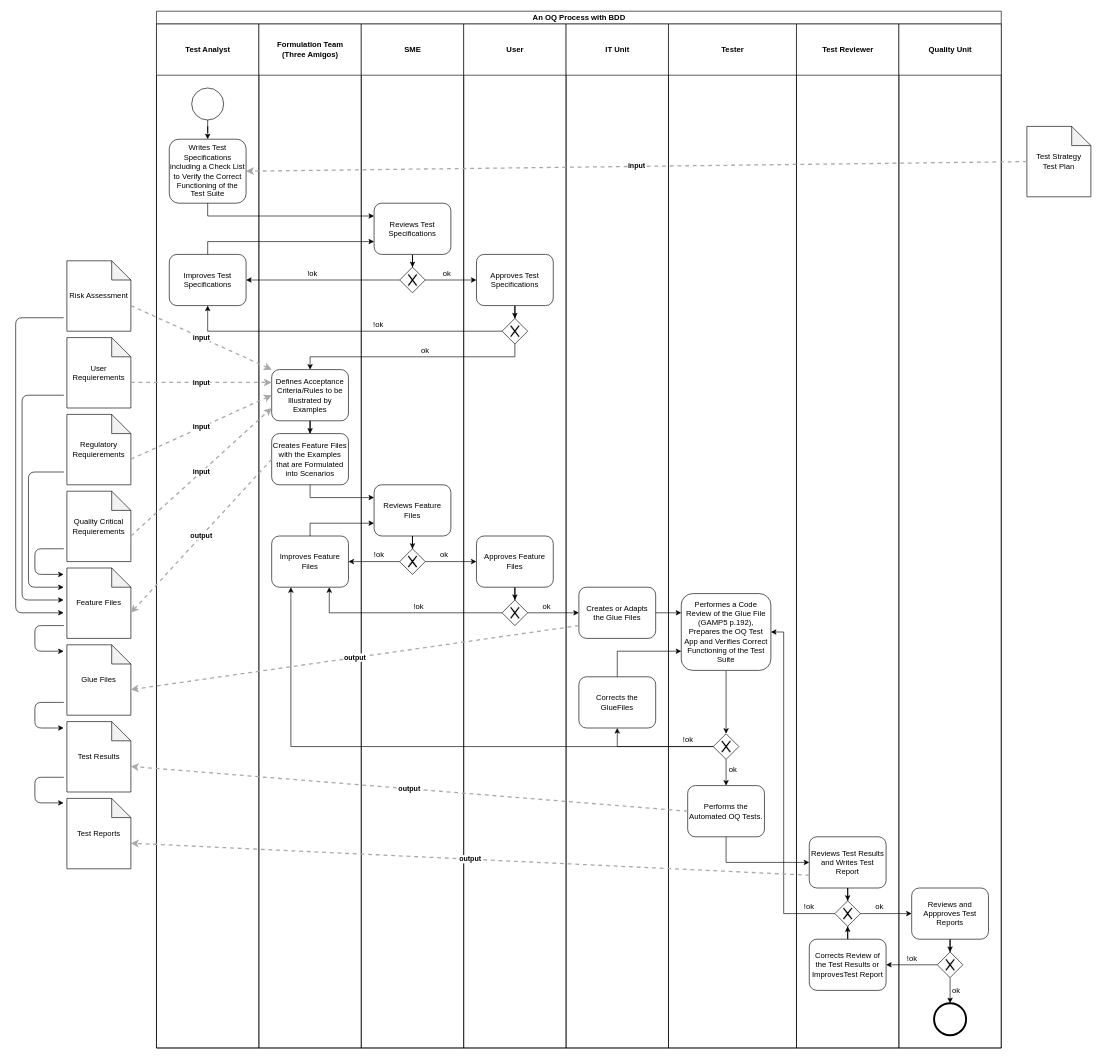
The draw.io diagram documentation/CombinedProcess.drawio in sableu/BDD4OQ, before the edit. Source tidied: cells renumbered, new cells numbered last; positions are measured from the earlier drawing's top-left corner, leaving out a move shared by most shapes. Both pictures are drawn from the tidied source at 64%, with x=0, y=0 at pixel (15, 11).
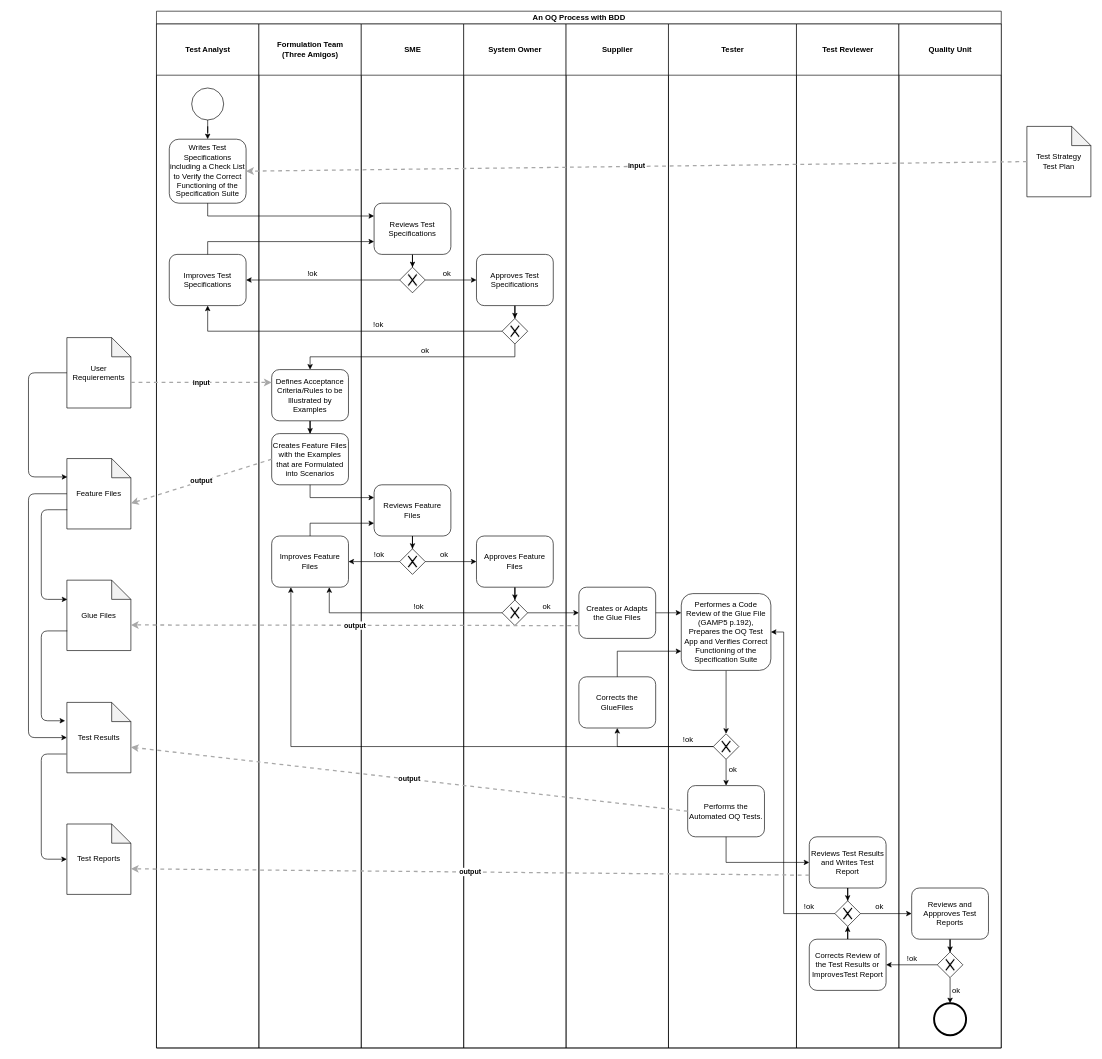
Above is the later version.

Unchanged cells that the change refers to:
```xml
<mxCell id="3" value="An OQ Process with BDD" style="swimlane;html=1;startSize=20;" parent="1" vertex="1">
  <mxGeometry x="220" width="1320" height="1620" as="geometry" />
</mxCell>
<mxCell id="4" value="Test Analyst" style="swimlane;html=1;startSize=80;" parent="3" vertex="1">
  <mxGeometry y="20" width="160" height="1600" as="geometry" />
</mxCell>
<mxCell id="12" value="Defines Acceptance Criteria/Rules to be Illustrated by Examples" style="shape=ext;rounded=1;html=1;whiteSpace=wrap;" parent="9" vertex="1">
  <mxGeometry x="20" y="540" width="120" height="80" as="geometry" />
</mxCell>
<mxCell id="35" value="Tester" style="swimlane;html=1;startSize=80;" parent="3" vertex="1">
  <mxGeometry x="800" y="20" width="200" height="1600" as="geometry" />
</mxCell>
<mxCell id="83" value="User Requierements" style="shape=note;whiteSpace=wrap;html=1;backgroundOutline=1;darkOpacity=0.05;" parent="1" vertex="1">
  <mxGeometry x="80" y="510" width="100" height="110" as="geometry" />
</mxCell>
```

The edit, as a diff of the source:
```diff
@@
-    <mxCell id="7" value="Writes Test Specifications&lt;br&gt;including a Check List to Verify the Correct Functioning of the Test Suite" style="shape=ext;rounded=1;html=1;whiteSpace=wrap;" parent="4" vertex="1">
+    <mxCell id="7" value="Writes Test Specifications&lt;br&gt;including a Check List to Verify the Correct Functioning of the Specification Suite" style="shape=ext;rounded=1;html=1;whiteSpace=wrap;" parent="4" vertex="1">
       <mxGeometry x="20" y="180" width="120" height="100" as="geometry" />
     </mxCell>
@@
-    <mxCell id="24" value="User" style="swimlane;html=1;startSize=80;" parent="3" vertex="1">
+    <mxCell id="24" value="System Owner" style="swimlane;html=1;startSize=80;" parent="3" vertex="1">
       <mxGeometry x="480" y="20" width="160" height="1600" as="geometry" />
     </mxCell>
@@
-    <mxCell id="32" value="IT Unit" style="swimlane;html=1;startSize=80;" parent="3" vertex="1">
+    <mxCell id="32" value="Supplier" style="swimlane;html=1;startSize=80;" parent="3" vertex="1">
       <mxGeometry x="640" y="20" width="160" height="1600" as="geometry" />
     </mxCell>
@@
-    <mxCell id="39" value="Performes a Code Review of the Glue File (GAMP5 p.192), Prepares the OQ Test App and Verifies Correct Functioning of the Test Suite" style="shape=ext;rounded=1;html=1;whiteSpace=wrap;" parent="35" vertex="1">
+    <mxCell id="39" value="Performes a Code Review of the Glue File (GAMP5 p.192), Prepares the OQ Test App and Verifies Correct Functioning of the Specification Suite" style="shape=ext;rounded=1;html=1;whiteSpace=wrap;" parent="35" vertex="1">
       <mxGeometry x="20" y="890" width="140" height="120" as="geometry" />
     </mxCell>
@@
-    <mxCell id="84" value="Regulatory Requierements" style="shape=note;whiteSpace=wrap;html=1;backgroundOutline=1;darkOpacity=0.05;" parent="1" vertex="1">
-      <mxGeometry x="80" y="630" width="100" height="110" as="geometry" />
-    </mxCell>
-    <mxCell id="85" value="Quality Critical Requierements" style="shape=note;whiteSpace=wrap;html=1;backgroundOutline=1;darkOpacity=0.05;" parent="1" vertex="1">
-      <mxGeometry x="80" y="750" width="100" height="110" as="geometry" />
-    </mxCell>
     <mxCell id="86" value="Feature Files" style="shape=note;whiteSpace=wrap;html=1;backgroundOutline=1;darkOpacity=0.05;" parent="1" vertex="1">
-      <mxGeometry x="80" y="870" width="100" height="110" as="geometry" />
+      <mxGeometry x="80" y="699" width="100" height="110" as="geometry" />
     </mxCell>
-    <mxCell id="87" style="edgeStyle=elbowEdgeStyle;elbow=horizontal;endArrow=classic;html=1;exitX=-0.047;exitY=0.818;exitDx=0;exitDy=0;exitPerimeter=0;" parent="1" edge="1" source="85">
-      <mxGeometry relative="1" as="geometry">
-        <mxPoint x="75" y="880" as="targetPoint" />
-        <Array as="points">
-          <mxPoint x="30" y="880" />
-          <mxPoint x="30" y="870" />
-        </Array>
-      </mxGeometry>
-    </mxCell>
-    <mxCell id="88" style="edgeStyle=elbowEdgeStyle;elbow=horizontal;endArrow=classic;html=1;exitX=-0.047;exitY=0.818;exitDx=0;exitDy=0;exitPerimeter=0;" parent="1" edge="1">
-      <mxGeometry relative="1" as="geometry">
-        <mxPoint x="75.3" y="720" as="sourcePoint" />
-        <mxPoint x="75" y="900" as="targetPoint" />
-        <Array as="points">
-          <mxPoint x="20" y="820" />
-        </Array>
-      </mxGeometry>
-    </mxCell>
-    <mxCell id="89" style="edgeStyle=elbowEdgeStyle;elbow=horizontal;endArrow=classic;html=1;exitX=-0.047;exitY=0.818;exitDx=0;exitDy=0;exitPerimeter=0;" parent="1" edge="1">
+    <mxCell id="89" style="edgeStyle=elbowEdgeStyle;elbow=horizontal;endArrow=classic;html=1;exitX=0;exitY=0.5;exitDx=0;exitDy=0;exitPerimeter=0;entryX=0.007;entryY=0.261;entryDx=0;entryDy=0;entryPerimeter=0;" parent="1" edge="1" source="83" target="86">
       <mxGeometry relative="1" as="geometry">
-        <mxPoint x="75.3" y="600" as="sourcePoint" />
-        <mxPoint x="75" y="920" as="targetPoint" />
         <Array as="points">
-          <mxPoint x="10" y="780" />
+          <mxPoint x="20" y="720" />
         </Array>
       </mxGeometry>
     </mxCell>
@@
-    <mxCell id="91" value="&lt;div style=&quot;text-align: left&quot;&gt;&lt;div style=&quot;text-align: center&quot;&gt;&lt;b&gt;input&lt;/b&gt;&lt;/div&gt;&lt;/div&gt;" style="edgeStyle=none;rounded=0;html=1;entryX=0;entryY=0.5;jettySize=auto;strokeColor=#A8A8A8;strokeWidth=2;fontColor=#000000;jumpStyle=none;dashed=1;entryDx=0;entryDy=0;exitX=0;exitY=0;exitDx=100;exitDy=70;exitPerimeter=0;" parent="1" edge="1" source="84" target="12">
-      <mxGeometry relative="1" as="geometry" />
-    </mxCell>
-    <mxCell id="92" value="&lt;div style=&quot;text-align: left&quot;&gt;&lt;div style=&quot;text-align: center&quot;&gt;&lt;b&gt;input&lt;/b&gt;&lt;/div&gt;&lt;/div&gt;" style="edgeStyle=none;rounded=0;html=1;entryX=0;entryY=0.75;jettySize=auto;strokeColor=#A8A8A8;strokeWidth=2;fontColor=#000000;jumpStyle=none;dashed=1;entryDx=0;entryDy=0;exitX=0;exitY=0;exitDx=100;exitDy=70;exitPerimeter=0;" parent="1" edge="1" source="85" target="12">
-      <mxGeometry relative="1" as="geometry" />
-    </mxCell>
@@
-    <mxCell id="94" value="Risk Assessment" style="shape=note;whiteSpace=wrap;html=1;backgroundOutline=1;darkOpacity=0.05;" parent="1" vertex="1">
-      <mxGeometry x="80" y="390" width="100" height="110" as="geometry" />
-    </mxCell>
-    <mxCell id="95" value="&lt;div style=&quot;text-align: left&quot;&gt;&lt;div style=&quot;text-align: center&quot;&gt;&lt;b&gt;input&lt;/b&gt;&lt;/div&gt;&lt;/div&gt;" style="edgeStyle=none;rounded=0;html=1;entryX=0;entryY=0;jettySize=auto;strokeColor=#A8A8A8;strokeWidth=2;fontColor=#000000;jumpStyle=none;dashed=1;entryDx=0;entryDy=0;exitX=0;exitY=0;exitDx=100;exitDy=70;exitPerimeter=0;" parent="1" edge="1" source="94" target="12">
-      <mxGeometry relative="1" as="geometry" />
-    </mxCell>
-    <mxCell id="96" style="edgeStyle=elbowEdgeStyle;elbow=horizontal;endArrow=classic;html=1;" parent="1" edge="1">
-      <mxGeometry relative="1" as="geometry">
-        <mxPoint x="75" y="479" as="sourcePoint" />
-        <mxPoint x="75" y="940" as="targetPoint" />
-        <Array as="points">
-          <mxPoint y="709" />
-        </Array>
-      </mxGeometry>
-    </mxCell>
     <mxCell id="97" value="Glue Files" style="shape=note;whiteSpace=wrap;html=1;backgroundOutline=1;darkOpacity=0.05;" parent="1" vertex="1">
-      <mxGeometry x="80" y="990" width="100" height="110" as="geometry" />
+      <mxGeometry x="80" y="889" width="100" height="110" as="geometry" />
     </mxCell>
     <mxCell id="98" value="Test Results" style="shape=note;whiteSpace=wrap;html=1;backgroundOutline=1;darkOpacity=0.05;" parent="1" vertex="1">
-      <mxGeometry x="80" y="1110" width="100" height="110" as="geometry" />
+      <mxGeometry x="80" y="1080" width="100" height="110" as="geometry" />
     </mxCell>
     <mxCell id="99" value="Test Reports" style="shape=note;whiteSpace=wrap;html=1;backgroundOutline=1;darkOpacity=0.05;" parent="1" vertex="1">
-      <mxGeometry x="80" y="1230" width="100" height="110" as="geometry" />
+      <mxGeometry x="80" y="1270" width="100" height="110" as="geometry" />
     </mxCell>
-    <mxCell id="100" style="edgeStyle=elbowEdgeStyle;elbow=horizontal;endArrow=classic;html=1;exitX=-0.047;exitY=0.818;exitDx=0;exitDy=0;exitPerimeter=0;" parent="1" edge="1">
+    <mxCell id="100" style="edgeStyle=elbowEdgeStyle;elbow=horizontal;endArrow=classic;html=1;exitX=0.007;exitY=0.727;exitDx=0;exitDy=0;exitPerimeter=0;entryX=0.007;entryY=0.273;entryDx=0;entryDy=0;entryPerimeter=0;" parent="1" edge="1" source="86" target="97">
       <mxGeometry relative="1" as="geometry">
-        <mxPoint x="75.3" y="960" as="sourcePoint" />
-        <mxPoint x="75" y="1000" as="targetPoint" />
         <Array as="points">
-          <mxPoint x="30" y="1000" />
+          <mxPoint x="40" y="980" />
           <mxPoint x="30" y="990" />
         </Array>
       </mxGeometry>
     </mxCell>
-    <mxCell id="101" style="edgeStyle=elbowEdgeStyle;elbow=horizontal;endArrow=classic;html=1;exitX=-0.047;exitY=0.818;exitDx=0;exitDy=0;exitPerimeter=0;" parent="1" edge="1">
+    <mxCell id="101" style="edgeStyle=elbowEdgeStyle;elbow=horizontal;endArrow=classic;html=1;exitX=0.007;exitY=0.721;exitDx=0;exitDy=0;exitPerimeter=0;entryX=-0.027;entryY=0.261;entryDx=0;entryDy=0;entryPerimeter=0;" parent="1" edge="1" source="97" target="98">
       <mxGeometry relative="1" as="geometry">
-        <mxPoint x="75.3" y="1080" as="sourcePoint" />
-        <mxPoint x="75" y="1120" as="targetPoint" />
         <Array as="points">
-          <mxPoint x="30" y="1120" />
+          <mxPoint x="40" y="1100" />
           <mxPoint x="30" y="1110" />
         </Array>
       </mxGeometry>
     </mxCell>
-    <mxCell id="102" style="edgeStyle=elbowEdgeStyle;elbow=horizontal;endArrow=classic;html=1;exitX=-0.047;exitY=0.818;exitDx=0;exitDy=0;exitPerimeter=0;" parent="1" edge="1">
+    <mxCell id="102" style="edgeStyle=elbowEdgeStyle;elbow=horizontal;endArrow=classic;html=1;exitX=-0.007;exitY=0.733;exitDx=0;exitDy=0;exitPerimeter=0;entryX=0;entryY=0.5;entryDx=0;entryDy=0;entryPerimeter=0;" parent="1" edge="1" source="98" target="99">
       <mxGeometry relative="1" as="geometry">
-        <mxPoint x="75.3" y="1197" as="sourcePoint" />
-        <mxPoint x="75" y="1237" as="targetPoint" />
         <Array as="points">
-          <mxPoint x="30" y="1237" />
+          <mxPoint x="40" y="1240" />
           <mxPoint x="30" y="1227" />
         </Array>
       </mxGeometry>
     </mxCell>
@@
+    <mxCell id="108" style="edgeStyle=elbowEdgeStyle;elbow=horizontal;endArrow=classic;html=1;exitX=0;exitY=0.5;exitDx=0;exitDy=0;exitPerimeter=0;entryX=0;entryY=0.5;entryDx=0;entryDy=0;entryPerimeter=0;" parent="1" edge="1" source="86" target="98">
+      <mxGeometry relative="1" as="geometry">
+        <Array as="points">
+          <mxPoint x="20" y="1055" />
+        </Array>
+      </mxGeometry>
+    </mxCell>
```
